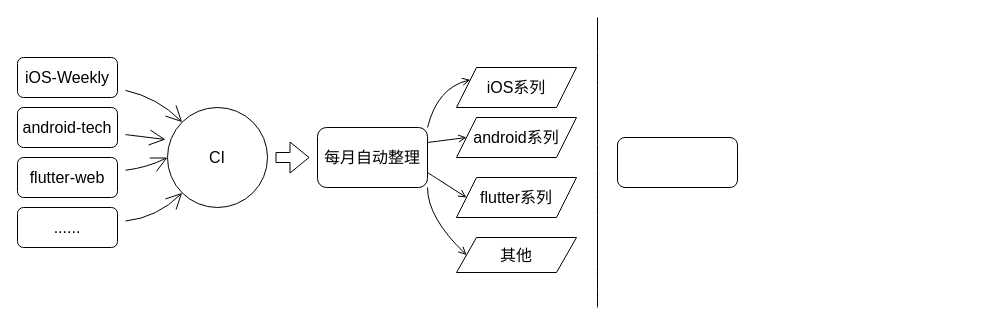
Dcell/drawio keeps this draw.io diagram as 新技术收集.drawio. Above is the earlier version. Source tidied: cells renumbered, new cells numbered last; positions are measured from the earlier drawing's top-left corner, leaving out a move shared by most shapes. Both pictures are drawn from the tidied source at 100%, with x=0, y=0 at pixel (17, 17).
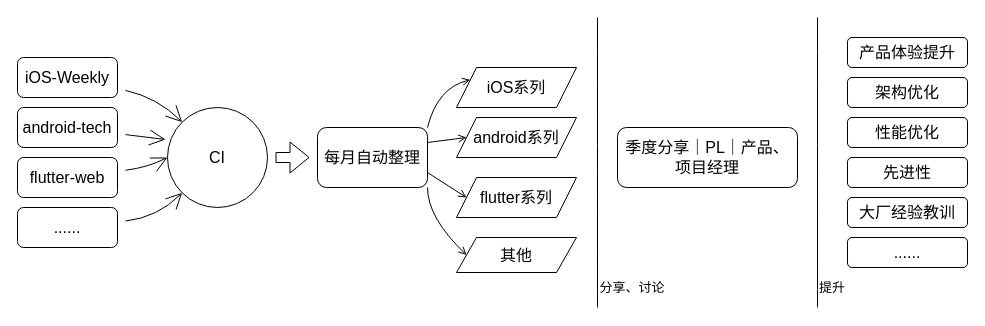
The same diagram, later.

Commit message:
更新新技术收集.drawio

Change to the diagram source:
```diff
@@
-    <mxCell id="22" style="rounded=1;whiteSpace=wrap;html=1;fontSize=16;" parent="1" vertex="1">
-      <mxGeometry x="600" y="120" width="120" height="50" as="geometry" />
+    <mxCell id="22" value="季度分享｜PL｜产品、项目经理" style="rounded=1;whiteSpace=wrap;html=1;fontSize=16;" parent="1" vertex="1">
+      <mxGeometry x="600" y="110" width="180" height="60" as="geometry" />
     </mxCell>
+    <mxCell id="23" style="endArrow=none;html=1;rounded=0;fontSize=12;sourcePerimeterSpacing=8;targetPerimeterSpacing=8;curved=1;" parent="1" edge="1">
+      <mxGeometry relative="1" as="geometry">
+        <mxPoint x="800" y="290" as="sourcePoint" />
+        <mxPoint x="800" as="targetPoint" />
+      </mxGeometry>
+    </mxCell>
+    <mxCell id="24" value="产品体验提升" style="rounded=1;whiteSpace=wrap;html=1;fontSize=16;" parent="1" vertex="1">
+      <mxGeometry x="830" y="20" width="120" height="30" as="geometry" />
+    </mxCell>
+    <mxCell id="25" value="架构优化" style="rounded=1;whiteSpace=wrap;html=1;fontSize=16;" parent="1" vertex="1">
+      <mxGeometry x="830" y="60" width="120" height="30" as="geometry" />
+    </mxCell>
+    <mxCell id="26" value="性能优化" style="rounded=1;whiteSpace=wrap;html=1;fontSize=16;" parent="1" vertex="1">
+      <mxGeometry x="830" y="100" width="120" height="30" as="geometry" />
+    </mxCell>
+    <mxCell id="27" value="分享、讨论" style="text;html=1;strokeColor=none;fillColor=none;align=center;verticalAlign=middle;whiteSpace=wrap;rounded=0;fontSize=13;" parent="1" vertex="1">
+      <mxGeometry x="570" y="255" width="90" height="30" as="geometry" />
+    </mxCell>
+    <mxCell id="28" value="提升" style="text;html=1;strokeColor=none;fillColor=none;align=center;verticalAlign=middle;whiteSpace=wrap;rounded=0;fontSize=13;" parent="1" vertex="1">
+      <mxGeometry x="770" y="255" width="90" height="30" as="geometry" />
+    </mxCell>
+    <mxCell id="29" value="先进性" style="rounded=1;whiteSpace=wrap;html=1;fontSize=16;" parent="1" vertex="1">
+      <mxGeometry x="830" y="140" width="120" height="30" as="geometry" />
+    </mxCell>
+    <mxCell id="30" value="大厂经验教训" style="rounded=1;whiteSpace=wrap;html=1;fontSize=16;" parent="1" vertex="1">
+      <mxGeometry x="830" y="180" width="120" height="30" as="geometry" />
+    </mxCell>
+    <mxCell id="31" value="......" style="rounded=1;whiteSpace=wrap;html=1;fontSize=16;" parent="1" vertex="1">
+      <mxGeometry x="830" y="220" width="120" height="30" as="geometry" />
+    </mxCell>
```
